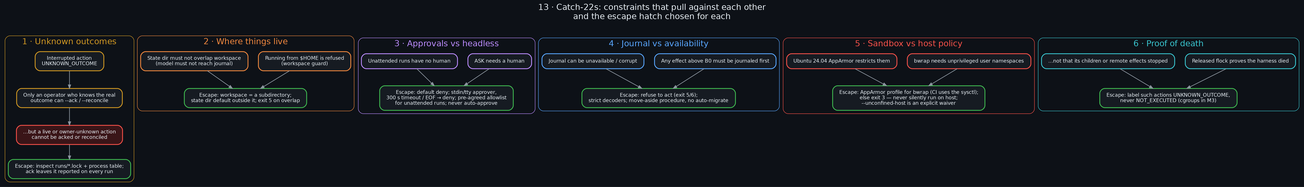
The Graphviz diagram docs/diagrams/13_catch22s.png in danindiana/malyutka, before a commit. Its source is kept beside it as docs/diagrams/13_catch22s.dot.
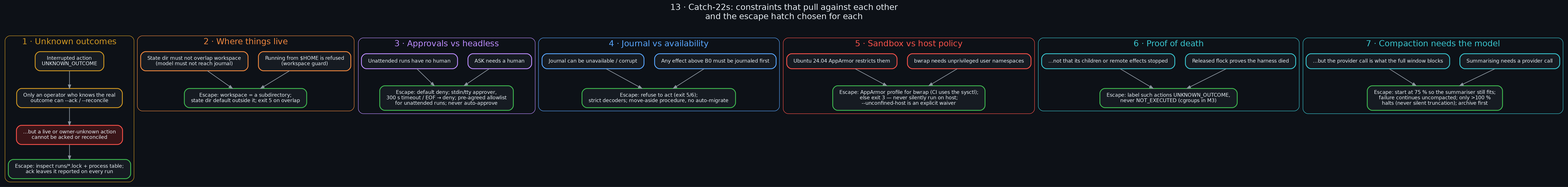
After the commit.

The edit, as a diff of the source:
```diff
@@ -35,4 +35,9 @@
       f2 [label="…not that its children or remote effects stopped", color="#39c5cf"];
       f3 [label="Escape: label such actions UNKNOWN_OUTCOME,\nnever NOT_EXECUTED (cgroups in M3)", color="#3fb950"];
       f1 -> f3; f2 -> f3; }
+    subgraph cluster_g { label="7 · Compaction needs the model"; fontcolor="#39c5cf"; color="#39c5cf"; style="rounded";
+      g1 [label="Summarising needs a provider call", color="#39c5cf"];
+      g2 [label="…but the provider call is what the full window blocks", color="#39c5cf"];
+      g3 [label="Escape: start at 75 % so the summariser still fits;\nfailure continues uncompacted; only >100 %\nhalts (never silent truncation); archive first", color="#3fb950"];
+      g1 -> g3; g2 -> g3; }
 }
```
